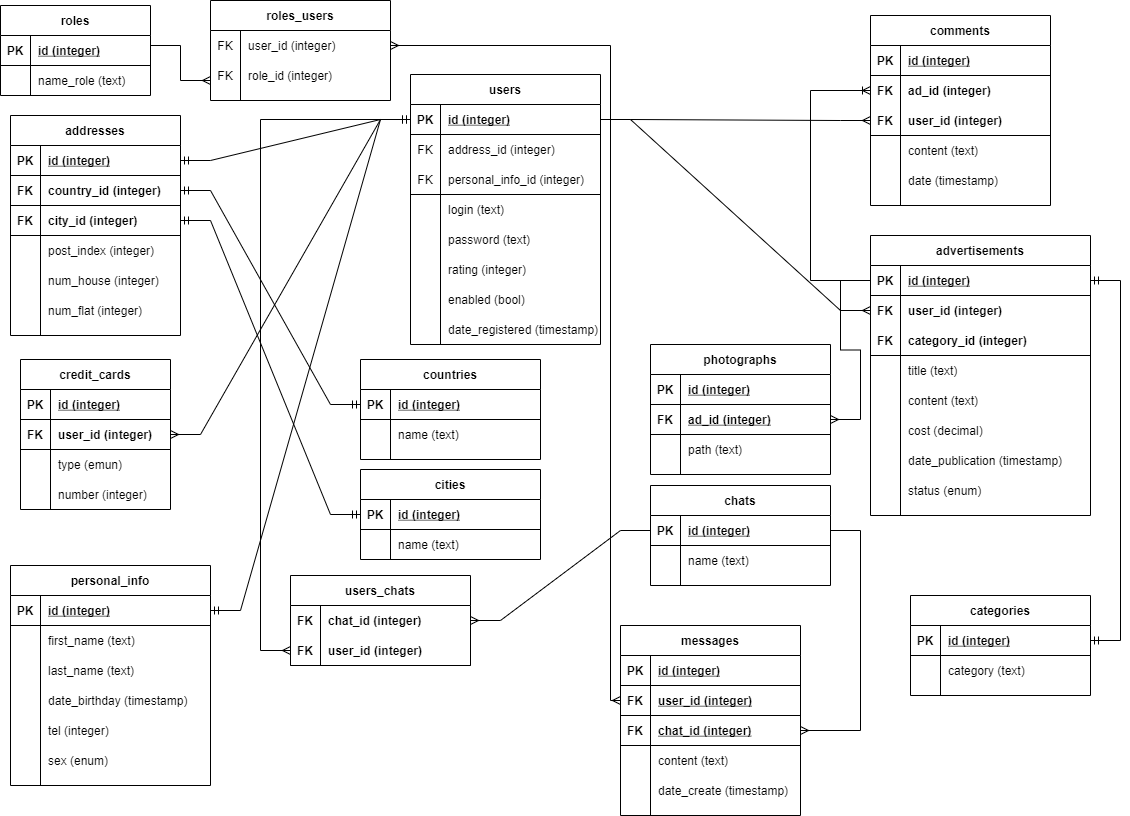
This is DiagramaSQL/ER-diagram.png from ElisBuh/PrivateAdvertisements, a draw.io export, as it was before one commit. Source tidied: cells renumbered, new cells last; positions are measured from the earlier drawing's top-left corner, leaving out a move shared by most shapes.
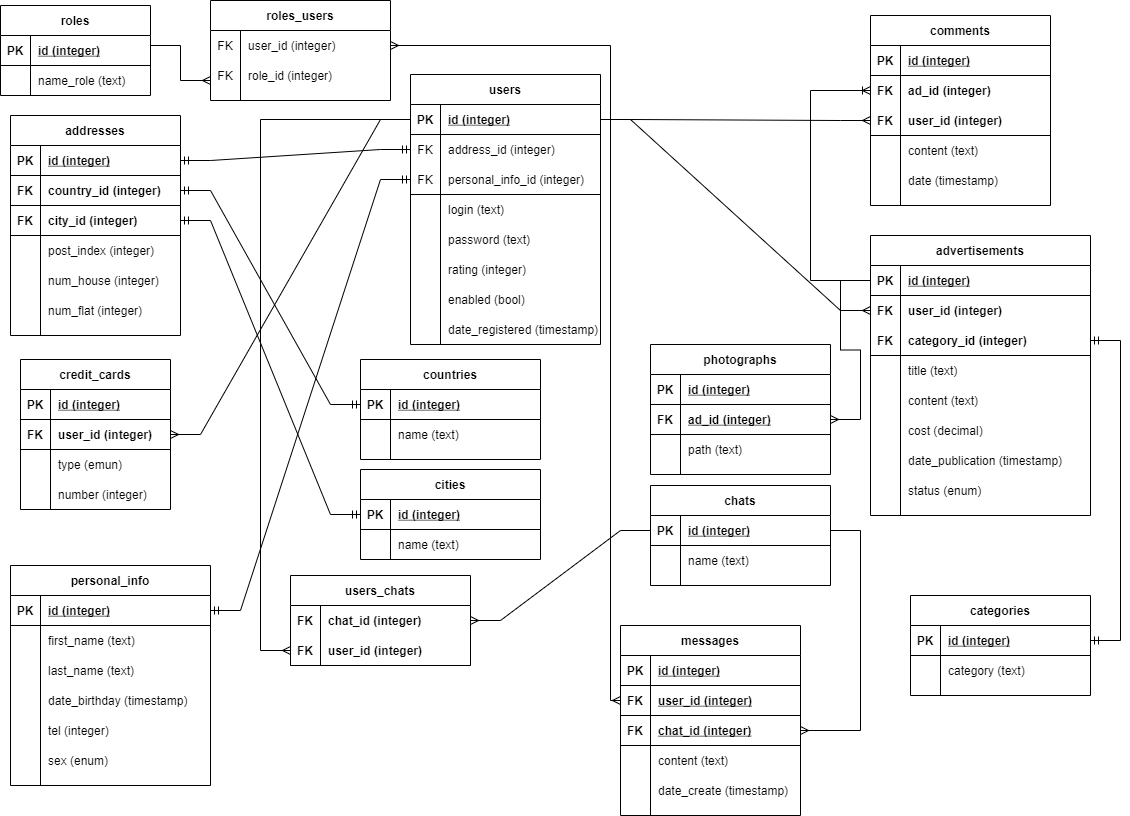
After the change.

The edit, as a diff of the source:
```diff
@@ -469,7 +469,7 @@
     <mxCell id="151" value="category (text)" style="shape=partialRectangle;fillColor=none;top=0;left=0;bottom=0;right=0;align=left;spacingLeft=6;overflow=hidden;" parent="149" vertex="1">
       <mxGeometry x="30" width="150" height="30" as="geometry" />
     </mxCell>
-    <mxCell id="152" style="edgeStyle=entityRelationEdgeStyle;fontSize=12;html=1;endArrow=ERmandOne;startArrow=ERmandOne;rounded=0;entryX=1;entryY=0.5;entryDx=0;entryDy=0;exitX=1;exitY=0.5;exitDx=0;exitDy=0;" parent="1" edge="1" source="146" target="68">
+    <mxCell id="152" style="edgeStyle=entityRelationEdgeStyle;fontSize=12;html=1;endArrow=ERmandOne;startArrow=ERmandOne;rounded=0;entryX=1;entryY=0.5;entryDx=0;entryDy=0;exitX=1;exitY=0.5;exitDx=0;exitDy=0;" parent="1" edge="1" source="146" target="74">
       <mxGeometry relative="1" as="geometry" />
     </mxCell>
     <mxCell id="153" value="personal_info" style="shape=table;startSize=30;rowLines=0;fontStyle=1;align=center;" parent="1" vertex="1">
@@ -529,7 +529,7 @@
     <mxCell id="171" value="sex (enum)" style="shape=partialRectangle;fillColor=none;top=0;left=0;bottom=0;right=0;align=left;spacingLeft=6;overflow=hidden;" parent="169" vertex="1">
       <mxGeometry x="30" width="170" height="30" as="geometry" />
     </mxCell>
-    <mxCell id="172" style="edgeStyle=entityRelationEdgeStyle;fontSize=12;html=1;endArrow=ERmandOne;startArrow=ERmandOne;rounded=0;exitX=1;exitY=0.5;exitDx=0;exitDy=0;" parent="1" edge="1" source="154" target="10">
+    <mxCell id="172" style="edgeStyle=entityRelationEdgeStyle;fontSize=12;html=1;endArrow=ERmandOne;startArrow=ERmandOne;rounded=0;exitX=1;exitY=0.5;exitDx=0;exitDy=0;entryX=0;entryY=0.5;entryDx=0;entryDy=0;" parent="1" edge="1" source="154" target="16">
       <mxGeometry relative="1" as="geometry" />
     </mxCell>
     <mxCell id="173" value="photographs" style="shape=table;startSize=30;rowLines=0;fontStyle=1;align=center;" parent="1" vertex="1">
@@ -645,7 +645,7 @@
     <mxCell id="208" style="edgeStyle=orthogonalEdgeStyle;fontSize=12;html=1;endArrow=ERmany;rounded=0;exitX=1;exitY=0.5;exitDx=0;exitDy=0;entryX=1;entryY=0.5;entryDx=0;entryDy=0;" parent="1" edge="1" source="10" target="201">
       <mxGeometry relative="1" as="geometry" />
     </mxCell>
-    <mxCell id="209" style="edgeStyle=entityRelationEdgeStyle;fontSize=12;html=1;endArrow=ERmandOne;startArrow=ERmandOne;rounded=0;entryX=0;entryY=0.5;entryDx=0;entryDy=0;exitX=1;exitY=0.5;exitDx=0;exitDy=0;" parent="1" edge="1" source="35" target="10">
+    <mxCell id="209" style="edgeStyle=entityRelationEdgeStyle;fontSize=12;html=1;endArrow=ERmandOne;startArrow=ERmandOne;rounded=0;entryX=0;entryY=0.5;entryDx=0;entryDy=0;exitX=1;exitY=0.5;exitDx=0;exitDy=0;" parent="1" edge="1" source="35" target="13">
       <mxGeometry relative="1" as="geometry" />
     </mxCell>
   </root>
```
